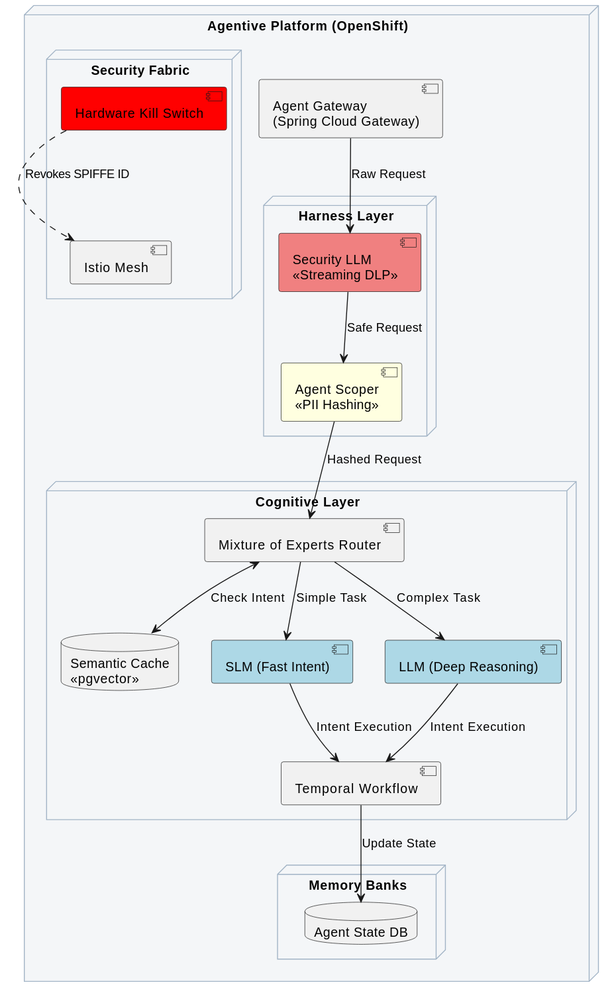
COPUR/OPF-Agentive-Platform keeps this PlantUML diagram as docs/diagrams/AI_Cognitive_Architecture.svg. Above is the earlier version.
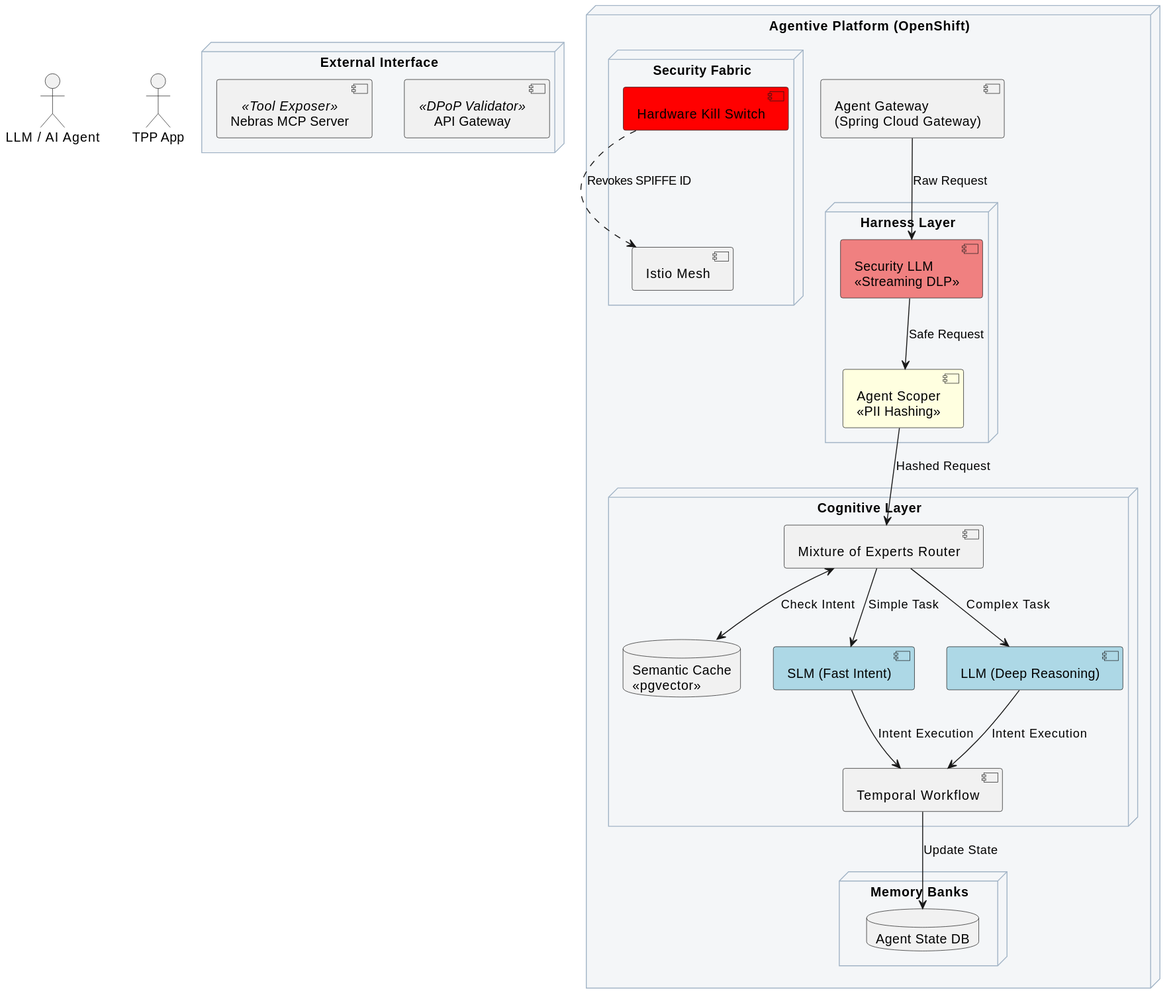
After the commit.

Change to the diagram source:
```diff
@@ -2,6 +2,14 @@
 skinparam node {
     BackgroundColor #f4f6f8
     BorderColor #a2b4c6
+}
+
+actor "LLM / AI Agent" as Agent
+actor "TPP App" as App
+
+node "External Interface" {
+    [Nebras MCP Server] <<Tool Exposer>>
+    [API Gateway] <<DPoP Validator>>
 }
 
 node "Agentive Platform (OpenShift)" {
```
